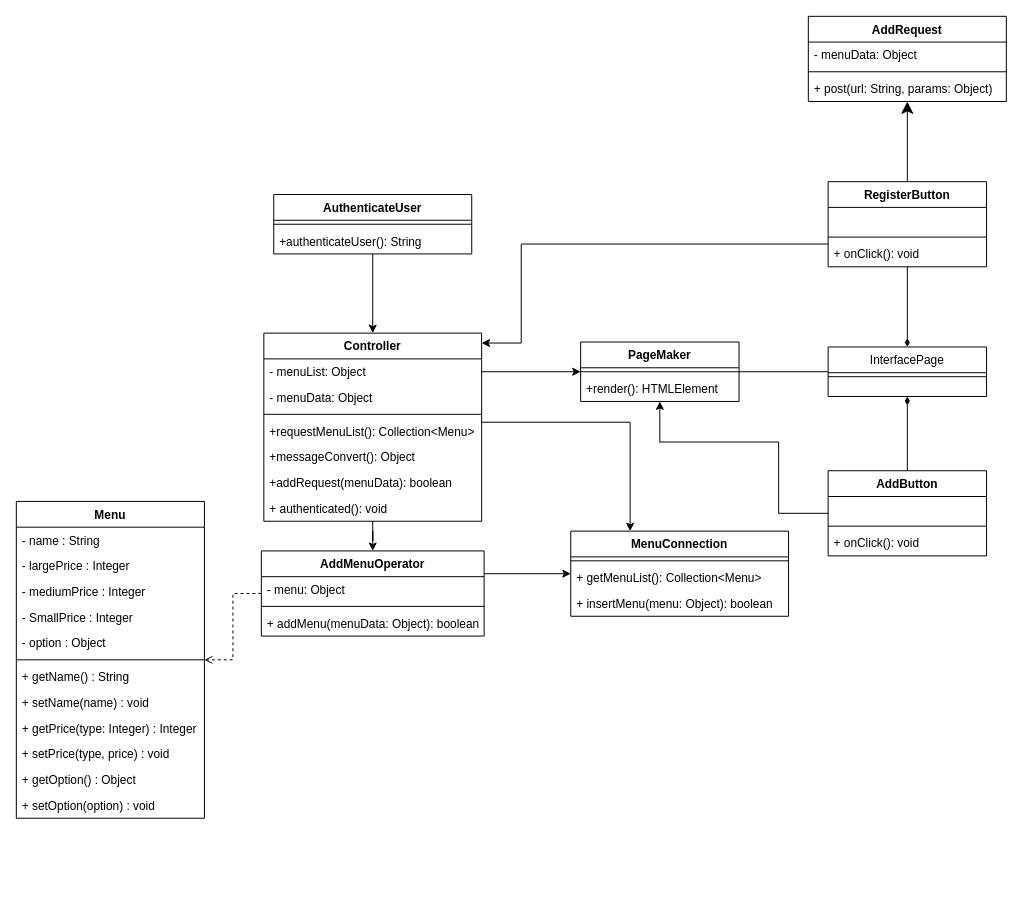
The draw.io diagram docs/SubgroupB_management/objSqncDiagram/Addmenu cd.drawio in cau-sw-engineering-2021/online-pizza-ordering-system, before the edit. Source tidied: cells renumbered, new cells numbered last; positions are measured from the earlier drawing's top-left corner, leaving out a move shared by most shapes. Both pictures are drawn from the tidied source at 99%, with x=0, y=0 at pixel (16, 16).
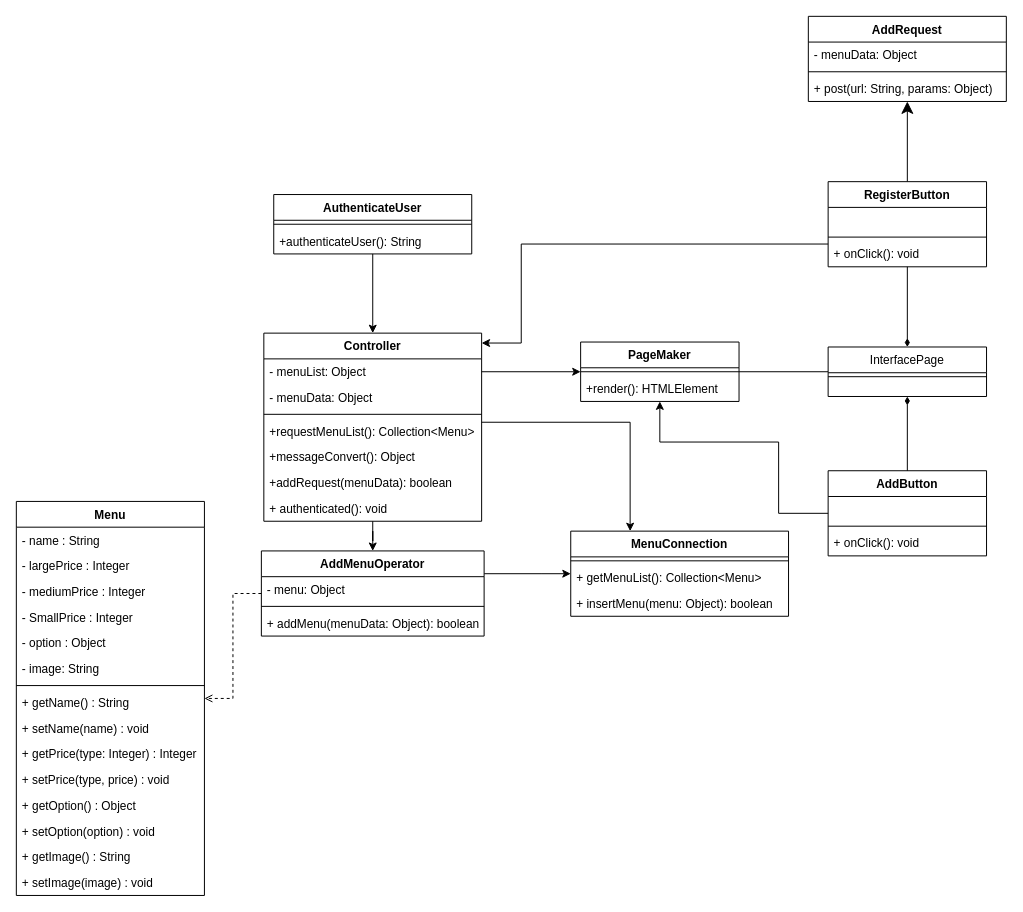
The same page after the edit.

Commit message:
Update addmenu class diagram

Added image attribute to menu class

The edit, as a diff of the source:
```diff
@@
     <mxCell id="7" value="Menu" style="swimlane;fontStyle=1;align=center;verticalAlign=top;horizontal=1;startSize=26;" parent="1" vertex="1">
-      <mxGeometry y="490" width="190" height="320" as="geometry" />
+      <mxGeometry y="490" width="190" height="398" as="geometry" />
     </mxCell>
@@
+    <mxCell id="63" value="- image: String" style="text;strokeColor=none;fillColor=none;align=left;verticalAlign=top;spacingLeft=4;spacingRight=4;overflow=hidden;" parent="7" vertex="1">
+      <mxGeometry y="156" width="190" height="26" as="geometry" />
+    </mxCell>
     <mxCell id="13" style="line;strokeWidth=1;fillColor=none;align=left;verticalAlign=middle;spacingTop=-1;spacingLeft=3;spacingRight=3;labelPosition=right;" parent="7" vertex="1">
-      <mxGeometry y="156" width="190" height="8" as="geometry" />
+      <mxGeometry y="182" width="190" height="8" as="geometry" />
     </mxCell>
     <mxCell id="14" value="+ getName() : String" style="text;strokeColor=none;fillColor=none;align=left;verticalAlign=top;spacingLeft=4;spacingRight=4;overflow=hidden;" parent="7" vertex="1">
-      <mxGeometry y="164" width="190" height="26" as="geometry" />
+      <mxGeometry y="190" width="190" height="26" as="geometry" />
     </mxCell>
     <mxCell id="15" value="+ setName(name) : void" style="text;strokeColor=none;fillColor=none;align=left;verticalAlign=top;spacingLeft=4;spacingRight=4;overflow=hidden;" parent="7" vertex="1">
-      <mxGeometry y="190" width="190" height="26" as="geometry" />
+      <mxGeometry y="216" width="190" height="26" as="geometry" />
     </mxCell>
     <mxCell id="16" value="+ getPrice(type: Integer) : Integer" style="text;strokeColor=none;fillColor=none;align=left;verticalAlign=top;spacingLeft=4;spacingRight=4;overflow=hidden;" parent="7" vertex="1">
-      <mxGeometry y="216" width="190" height="26" as="geometry" />
+      <mxGeometry y="242" width="190" height="26" as="geometry" />
     </mxCell>
     <mxCell id="17" value="+ setPrice(type, price) : void" style="text;strokeColor=none;fillColor=none;align=left;verticalAlign=top;spacingLeft=4;spacingRight=4;overflow=hidden;" parent="7" vertex="1">
-      <mxGeometry y="242" width="190" height="26" as="geometry" />
+      <mxGeometry y="268" width="190" height="26" as="geometry" />
     </mxCell>
     <mxCell id="18" value="+ getOption() : Object" style="text;strokeColor=none;fillColor=none;align=left;verticalAlign=top;spacingLeft=4;spacingRight=4;overflow=hidden;" parent="7" vertex="1">
-      <mxGeometry y="268" width="190" height="26" as="geometry" />
+      <mxGeometry y="294" width="190" height="26" as="geometry" />
     </mxCell>
     <mxCell id="19" value="+ setOption(option) : void" style="text;strokeColor=none;fillColor=none;align=left;verticalAlign=top;spacingLeft=4;spacingRight=4;overflow=hidden;" parent="7" vertex="1">
-      <mxGeometry y="294" width="190" height="26" as="geometry" />
+      <mxGeometry y="320" width="190" height="26" as="geometry" />
     </mxCell>
+    <mxCell id="64" value="+ getImage() : String" style="text;strokeColor=none;fillColor=none;align=left;verticalAlign=top;spacingLeft=4;spacingRight=4;overflow=hidden;" parent="7" vertex="1">
+      <mxGeometry y="346" width="190" height="26" as="geometry" />
+    </mxCell>
+    <mxCell id="65" value="+ setImage(image) : void" style="text;strokeColor=none;fillColor=none;align=left;verticalAlign=top;spacingLeft=4;spacingRight=4;overflow=hidden;" parent="7" vertex="1">
+      <mxGeometry y="372" width="190" height="26" as="geometry" />
+    </mxCell>
```
